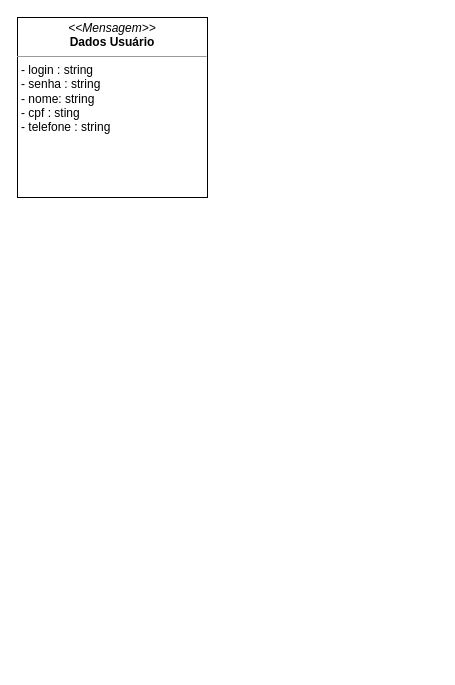
luca-moraes/projetoCorintoModelagem keeps this draw.io diagram as page "Mensagem" (1 of 2) of DEC/Diagrama sem nome.drawio. Above is the earlier version. Source tidied: cells renumbered, new cells numbered last; positions are measured from the earlier drawing's top-left corner, leaving out a move shared by most shapes. Both pictures are drawn from the tidied source at 100%, with x=0, y=0 at pixel (17, 17).
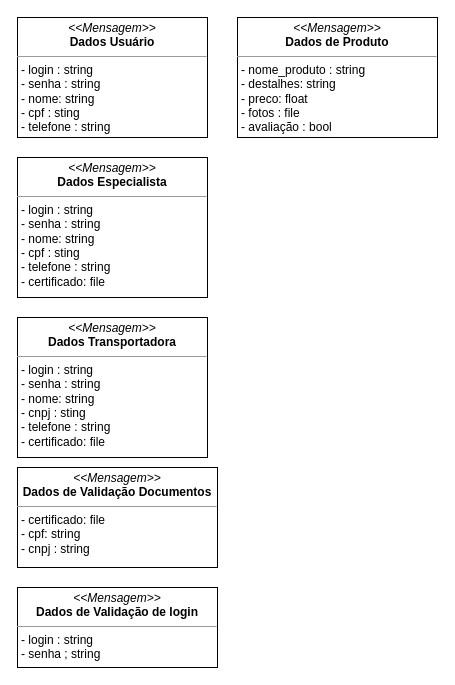
Above is the later version.

Diff of the diagram source:
```diff
@@
 <mxGraphModel>
   <root>
     <mxCell id="0" />
     <mxCell id="1" parent="0" />
-    <mxCell id="2" value="&lt;p style=&quot;margin:0px;margin-top:4px;text-align:center;&quot;&gt;&lt;i&gt;&amp;lt;&amp;lt;Mensagem&amp;gt;&amp;gt;&lt;/i&gt;&lt;br&gt;&lt;b&gt;Dados Usuário&lt;/b&gt;&lt;/p&gt;&lt;hr size=&quot;1&quot;&gt;&lt;p style=&quot;margin:0px;margin-left:4px;&quot;&gt;- login : string&lt;br&gt;- senha : string&lt;/p&gt;&lt;p style=&quot;margin:0px;margin-left:4px;&quot;&gt;- nome: string&lt;/p&gt;&lt;p style=&quot;margin:0px;margin-left:4px;&quot;&gt;- cpf : sting&lt;/p&gt;&lt;p style=&quot;margin:0px;margin-left:4px;&quot;&gt;- telefone : string&lt;/p&gt;&lt;p style=&quot;margin:0px;margin-left:4px;&quot;&gt;&lt;br&gt;&lt;/p&gt;&lt;p style=&quot;margin:0px;margin-left:4px;&quot;&gt;&lt;br&gt;&lt;/p&gt;" style="verticalAlign=top;align=left;overflow=fill;fontSize=12;fontFamily=Helvetica;html=1;whiteSpace=wrap;" parent="1" vertex="1">
-      <mxGeometry width="190" height="180" as="geometry" />
+    <mxCell id="2" value="&lt;p style=&quot;margin:0px;margin-top:4px;text-align:center;&quot;&gt;&lt;i&gt;&amp;lt;&amp;lt;Mensagem&amp;gt;&amp;gt;&lt;/i&gt;&lt;br&gt;&lt;b&gt;Dados Usuário&lt;/b&gt;&lt;/p&gt;&lt;hr size=&quot;1&quot;&gt;&lt;p style=&quot;margin:0px;margin-left:4px;&quot;&gt;- login : string&lt;br&gt;- senha : string&lt;/p&gt;&lt;p style=&quot;margin:0px;margin-left:4px;&quot;&gt;- nome: string&lt;/p&gt;&lt;p style=&quot;margin:0px;margin-left:4px;&quot;&gt;- cpf : sting&lt;/p&gt;&lt;p style=&quot;margin:0px;margin-left:4px;&quot;&gt;- telefone : string&lt;/p&gt;&lt;p style=&quot;margin:0px;margin-left:4px;&quot;&gt;&lt;br&gt;&lt;/p&gt;" style="verticalAlign=top;align=left;overflow=fill;fontSize=12;fontFamily=Helvetica;html=1;whiteSpace=wrap;" parent="1" vertex="1">
+      <mxGeometry width="190" height="120" as="geometry" />
     </mxCell>
+    <mxCell id="3" value="&lt;p style=&quot;margin:0px;margin-top:4px;text-align:center;&quot;&gt;&lt;i&gt;&amp;lt;&amp;lt;Mensagem&amp;gt;&amp;gt;&lt;/i&gt;&lt;br&gt;&lt;b&gt;Dados Especialista&lt;/b&gt;&lt;/p&gt;&lt;hr size=&quot;1&quot;&gt;&lt;p style=&quot;margin:0px;margin-left:4px;&quot;&gt;- login : string&lt;br&gt;- senha : string&lt;/p&gt;&lt;p style=&quot;margin:0px;margin-left:4px;&quot;&gt;- nome: string&lt;/p&gt;&lt;p style=&quot;margin:0px;margin-left:4px;&quot;&gt;- cpf : sting&lt;/p&gt;&lt;p style=&quot;margin:0px;margin-left:4px;&quot;&gt;- telefone : string&lt;/p&gt;&lt;p style=&quot;margin:0px;margin-left:4px;&quot;&gt;- certificado: file&amp;nbsp;&lt;/p&gt;&lt;p style=&quot;margin:0px;margin-left:4px;&quot;&gt;&lt;br&gt;&lt;/p&gt;" style="verticalAlign=top;align=left;overflow=fill;fontSize=12;fontFamily=Helvetica;html=1;whiteSpace=wrap;" parent="1" vertex="1">
+      <mxGeometry y="140" width="190" height="140" as="geometry" />
+    </mxCell>
+    <mxCell id="4" value="&lt;p style=&quot;margin:0px;margin-top:4px;text-align:center;&quot;&gt;&lt;i&gt;&amp;lt;&amp;lt;Mensagem&amp;gt;&amp;gt;&lt;/i&gt;&lt;br&gt;&lt;b&gt;Dados Transportadora&lt;/b&gt;&lt;/p&gt;&lt;hr size=&quot;1&quot;&gt;&lt;p style=&quot;margin:0px;margin-left:4px;&quot;&gt;- login : string&lt;br&gt;- senha : string&lt;/p&gt;&lt;p style=&quot;margin:0px;margin-left:4px;&quot;&gt;- nome: string&lt;/p&gt;&lt;p style=&quot;margin:0px;margin-left:4px;&quot;&gt;- cnpj : sting&lt;/p&gt;&lt;p style=&quot;margin:0px;margin-left:4px;&quot;&gt;- telefone : string&lt;/p&gt;&lt;p style=&quot;border-color: var(--border-color); margin: 0px 0px 0px 4px;&quot;&gt;- certificado: file&amp;nbsp;&lt;/p&gt;&lt;p style=&quot;border-color: var(--border-color); margin: 0px 0px 0px 4px;&quot;&gt;&lt;br style=&quot;border-color: var(--border-color);&quot;&gt;&lt;/p&gt;" style="verticalAlign=top;align=left;overflow=fill;fontSize=12;fontFamily=Helvetica;html=1;whiteSpace=wrap;" parent="1" vertex="1">
+      <mxGeometry y="300" width="190" height="140" as="geometry" />
+    </mxCell>
+    <mxCell id="5" value="&lt;p style=&quot;margin:0px;margin-top:4px;text-align:center;&quot;&gt;&lt;i&gt;&amp;lt;&amp;lt;Mensagem&amp;gt;&amp;gt;&lt;/i&gt;&lt;br&gt;&lt;b&gt;Dados de Validação Documentos&lt;/b&gt;&lt;/p&gt;&lt;hr size=&quot;1&quot;&gt;&lt;p style=&quot;margin:0px;margin-left:4px;&quot;&gt;- certificado: file&lt;/p&gt;&lt;p style=&quot;margin:0px;margin-left:4px;&quot;&gt;- cpf: string&lt;br&gt;&lt;/p&gt;&lt;p style=&quot;margin:0px;margin-left:4px;&quot;&gt;- cnpj : string&lt;/p&gt;" style="verticalAlign=top;align=left;overflow=fill;fontSize=12;fontFamily=Helvetica;html=1;whiteSpace=wrap;" parent="1" vertex="1">
+      <mxGeometry y="450" width="200" height="100" as="geometry" />
+    </mxCell>
+    <mxCell id="6" value="&lt;p style=&quot;margin:0px;margin-top:4px;text-align:center;&quot;&gt;&lt;i&gt;&amp;lt;&amp;lt;Mensagem&amp;gt;&amp;gt;&lt;/i&gt;&lt;br&gt;&lt;b&gt;Dados de Validação de login&lt;/b&gt;&lt;/p&gt;&lt;hr size=&quot;1&quot;&gt;&lt;p style=&quot;margin:0px;margin-left:4px;&quot;&gt;- login : string&lt;/p&gt;&lt;p style=&quot;margin:0px;margin-left:4px;&quot;&gt;- senha ; string&lt;/p&gt;" style="verticalAlign=top;align=left;overflow=fill;fontSize=12;fontFamily=Helvetica;html=1;whiteSpace=wrap;" parent="1" vertex="1">
+      <mxGeometry y="570" width="200" height="80" as="geometry" />
+    </mxCell>
+    <mxCell id="7" value="&lt;p style=&quot;margin:0px;margin-top:4px;text-align:center;&quot;&gt;&lt;i&gt;&amp;lt;&amp;lt;Mensagem&amp;gt;&amp;gt;&lt;/i&gt;&lt;br&gt;&lt;b&gt;Dados de Produto&lt;/b&gt;&lt;/p&gt;&lt;hr size=&quot;1&quot;&gt;&lt;p style=&quot;margin:0px;margin-left:4px;&quot;&gt;- nome_produto : string&lt;/p&gt;&lt;p style=&quot;margin:0px;margin-left:4px;&quot;&gt;- destalhes: string&lt;/p&gt;&lt;p style=&quot;margin:0px;margin-left:4px;&quot;&gt;- preco: float&lt;/p&gt;&lt;p style=&quot;margin:0px;margin-left:4px;&quot;&gt;- fotos : file&lt;/p&gt;&lt;p style=&quot;margin:0px;margin-left:4px;&quot;&gt;- avaliação : bool&lt;/p&gt;" style="verticalAlign=top;align=left;overflow=fill;fontSize=12;fontFamily=Helvetica;html=1;whiteSpace=wrap;" parent="1" vertex="1">
+      <mxGeometry x="220" width="200" height="120" as="geometry" />
+    </mxCell>
   </root>
 </mxGraphModel>
```
